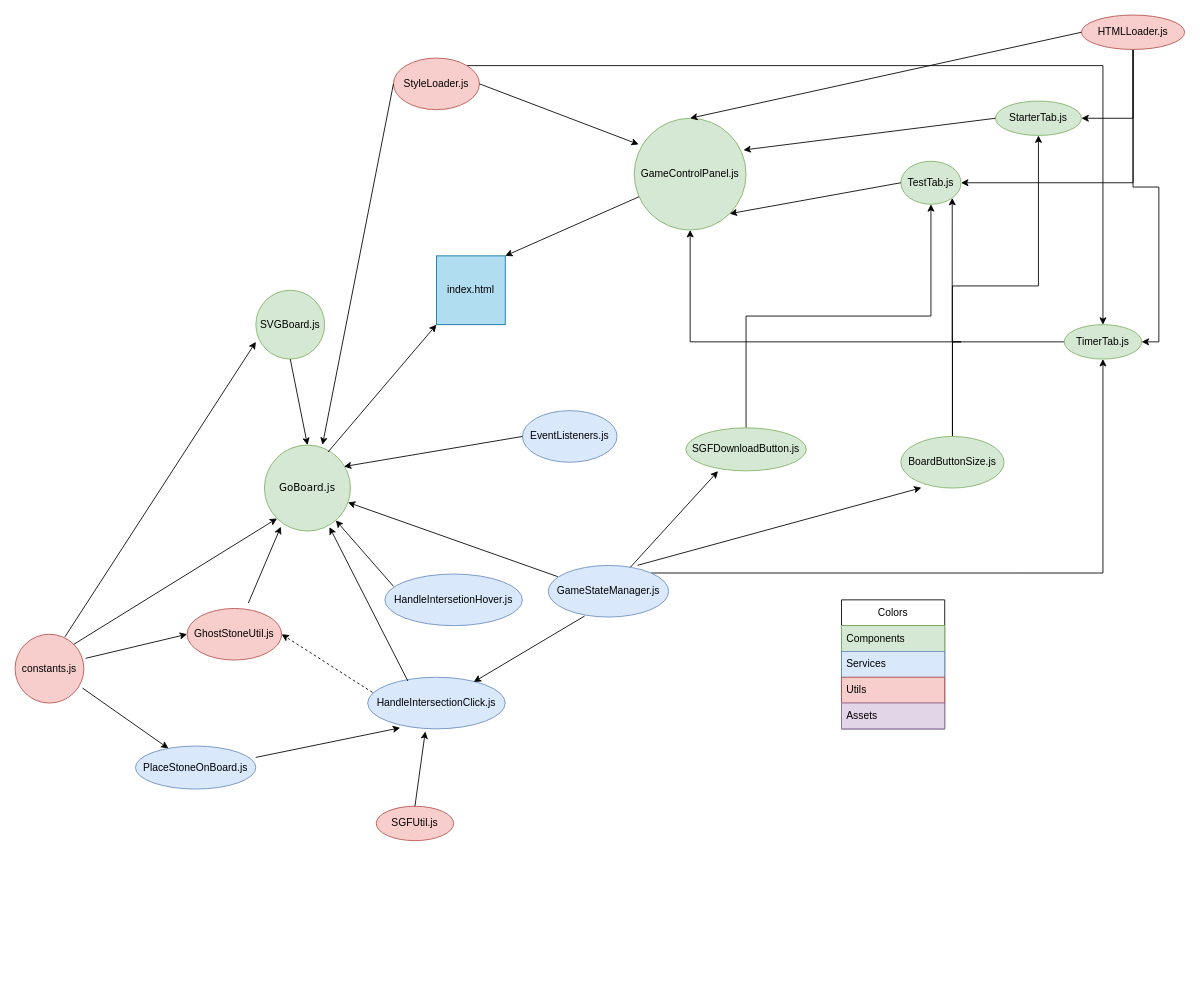
enokiLucas/Diagrams keeps this draw.io diagram as WebGo.drawio. Above is the earlier version. Source tidied: cells renumbered, new cells numbered last; positions are measured from the earlier drawing's top-left corner, leaving out a move shared by most shapes. Both pictures are drawn from the tidied source at 86%, with x=0, y=0 at pixel (15, 15).
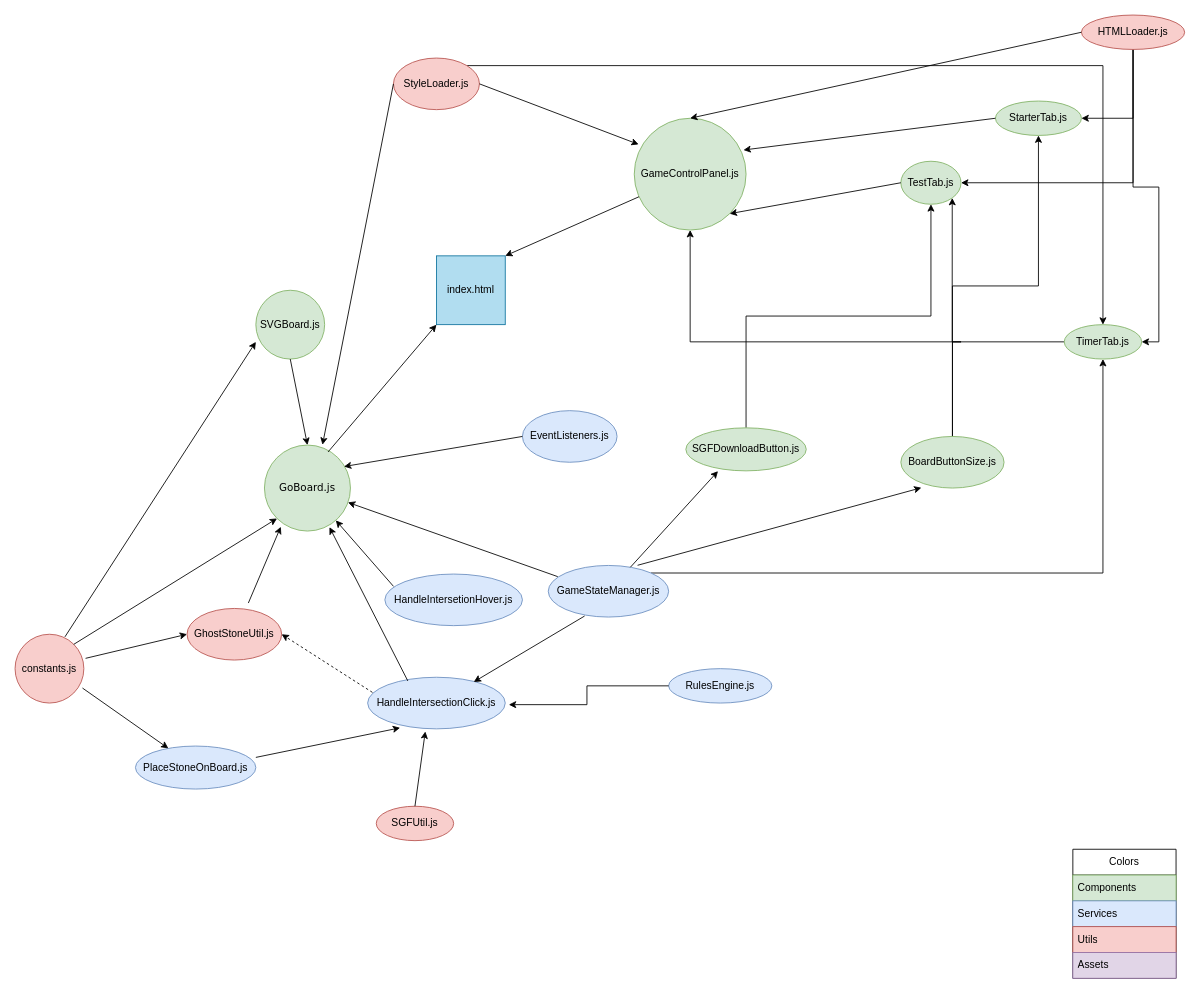
The same diagram, later.

Unchanged cells that the change refers to:
```xml
<mxCell id="23" value="HandleIntersectionClick.js" style="ellipse;whiteSpace=wrap;html=1;fillColor=#dae8fc;strokeColor=#6c8ebf;" parent="1" vertex="1">
  <mxGeometry x="410" y="770" width="160" height="60" as="geometry" />
</mxCell>
```

Diff of the diagram source:
```diff
@@
     <mxCell id="3" value="Colors" style="swimlane;fontStyle=0;horizontal=1;startSize=30;whiteSpace=wrap;html=1;" parent="1" vertex="1">
-      <mxGeometry x="961" y="680" width="120" height="150" as="geometry" />
+      <mxGeometry x="1230" y="970" width="120" height="150" as="geometry" />
     </mxCell>
@@
+    <mxCell id="58" value="RulesEngine.js" style="ellipse;whiteSpace=wrap;html=1;fillColor=#dae8fc;strokeColor=#6c8ebf;" parent="1" vertex="1">
+      <mxGeometry x="760" y="760" width="120" height="40" as="geometry" />
+    </mxCell>
+    <mxCell id="59" style="edgeStyle=orthogonalEdgeStyle;rounded=0;jettySize=auto;html=1;exitX=0;exitY=0.5;exitDx=0;exitDy=0;entryX=1.026;entryY=0.531;entryDx=0;entryDy=0;entryPerimeter=0;" parent="1" edge="1" source="58" target="23">
+      <mxGeometry relative="1" as="geometry" />
+    </mxCell>
```
